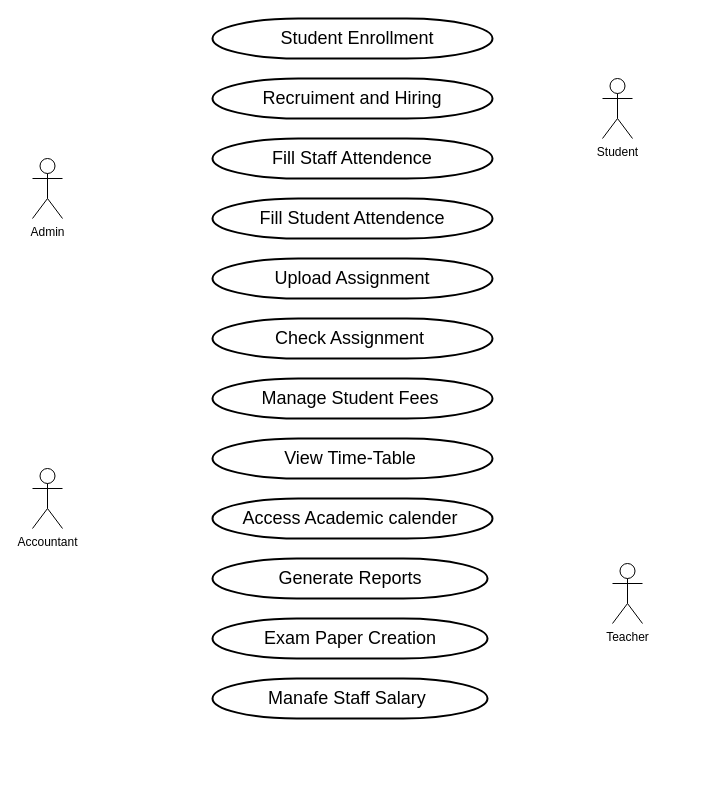
Yagna-gajjar/software-engineering-diagrams keeps this draw.io diagram as Use case diagram.drawio. Above is the earlier version. Source tidied: cells renumbered, new cells numbered last; positions are measured from the earlier drawing's top-left corner, leaving out a move shared by most shapes. Both pictures are drawn from the tidied source at 100%, with x=0, y=0 at pixel (32, 18).
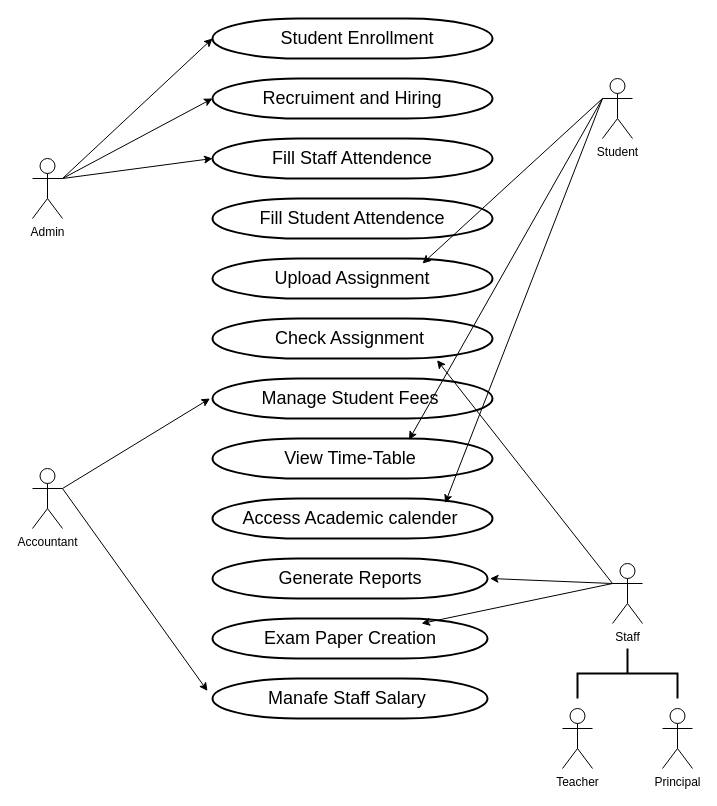
The same page after the edit.

Unchanged cells that the change refers to:
```xml
<mxCell id="2" style="strokeWidth=2;html=1;shape=mxgraph.flowchart.terminator;whiteSpace=wrap;" parent="1" vertex="1">
  <mxGeometry x="180" width="280" height="40" as="geometry" />
</mxCell>
<mxCell id="9" style="strokeWidth=2;html=1;shape=mxgraph.flowchart.terminator;whiteSpace=wrap;" parent="1" vertex="1">
  <mxGeometry x="180" y="300" width="280" height="40" as="geometry" />
</mxCell>
<mxCell id="15" value="&lt;font style=&quot;font-size: 18px;&quot;&gt;Generate Reports&lt;/font&gt;" style="text;strokeColor=none;align=center;fillColor=none;html=1;verticalAlign=middle;whiteSpace=wrap;rounded=0;" parent="1" vertex="1">
  <mxGeometry x="177.5" y="545" width="280" height="30" as="geometry" />
</mxCell>
<mxCell id="16" value="&lt;font style=&quot;font-size: 18px;&quot;&gt;Access Academic calender&lt;/font&gt;" style="text;strokeColor=none;align=center;fillColor=none;html=1;verticalAlign=middle;whiteSpace=wrap;rounded=0;" parent="1" vertex="1">
  <mxGeometry x="177.5" y="485" width="280" height="30" as="geometry" />
</mxCell>
<mxCell id="17" value="&lt;font style=&quot;font-size: 18px;&quot;&gt;View Time-Table&lt;/font&gt;" style="text;strokeColor=none;align=center;fillColor=none;html=1;verticalAlign=middle;whiteSpace=wrap;rounded=0;" parent="1" vertex="1">
  <mxGeometry x="177.5" y="425" width="280" height="30" as="geometry" />
</mxCell>
<mxCell id="18" value="&lt;font style=&quot;font-size: 18px;&quot;&gt;Manage Student Fees&lt;/font&gt;" style="text;strokeColor=none;align=center;fillColor=none;html=1;verticalAlign=middle;whiteSpace=wrap;rounded=0;" parent="1" vertex="1">
  <mxGeometry x="177.5" y="365" width="280" height="30" as="geometry" />
</mxCell>
<mxCell id="20" value="&lt;font style=&quot;font-size: 18px;&quot;&gt;Upload Assignment&lt;/font&gt;" style="text;strokeColor=none;align=center;fillColor=none;html=1;verticalAlign=middle;whiteSpace=wrap;rounded=0;" parent="1" vertex="1">
  <mxGeometry x="180" y="245" width="280" height="30" as="geometry" />
</mxCell>
<mxCell id="22" value="&lt;span style=&quot;font-size: 18px;&quot;&gt;Fill Staff Attendence&lt;/span&gt;" style="text;strokeColor=none;align=center;fillColor=none;html=1;verticalAlign=middle;whiteSpace=wrap;rounded=0;" parent="1" vertex="1">
  <mxGeometry x="180" y="125" width="280" height="30" as="geometry" />
</mxCell>
<mxCell id="23" value="&lt;font style=&quot;font-size: 18px;&quot;&gt;Recruiment and Hiring&lt;/font&gt;" style="text;strokeColor=none;align=center;fillColor=none;html=1;verticalAlign=middle;whiteSpace=wrap;rounded=0;" parent="1" vertex="1">
  <mxGeometry x="180" y="65" width="280" height="30" as="geometry" />
</mxCell>
<mxCell id="24" value="&lt;font style=&quot;font-size: 18px;&quot;&gt;Manafe Staff Salary&lt;/font&gt;" style="text;strokeColor=none;align=center;fillColor=none;html=1;verticalAlign=middle;whiteSpace=wrap;rounded=0;" parent="1" vertex="1">
  <mxGeometry x="175" y="665" width="280" height="30" as="geometry" />
</mxCell>
<mxCell id="25" value="&lt;font style=&quot;font-size: 18px;&quot;&gt;Exam Paper Creation&lt;/font&gt;" style="text;strokeColor=none;align=center;fillColor=none;html=1;verticalAlign=middle;whiteSpace=wrap;rounded=0;" parent="1" vertex="1">
  <mxGeometry x="177.5" y="605" width="280" height="30" as="geometry" />
</mxCell>
<mxCell id="26" value="Admin" style="shape=umlActor;verticalLabelPosition=bottom;verticalAlign=top;html=1;outlineConnect=0;" parent="1" vertex="1">
  <mxGeometry y="140" width="30" height="60" as="geometry" />
</mxCell>
<mxCell id="27" value="Accountant" style="shape=umlActor;verticalLabelPosition=bottom;verticalAlign=top;html=1;outlineConnect=0;" parent="1" vertex="1">
  <mxGeometry y="450" width="30" height="60" as="geometry" />
</mxCell>
<mxCell id="28" value="Student" style="shape=umlActor;verticalLabelPosition=bottom;verticalAlign=top;html=1;outlineConnect=0;" parent="1" vertex="1">
  <mxGeometry x="570" y="60" width="30" height="60" as="geometry" />
</mxCell>
```

Change to the diagram source:
```diff
@@
-    <mxCell id="29" value="Teacher" style="shape=umlActor;verticalLabelPosition=bottom;verticalAlign=top;html=1;outlineConnect=0;" parent="1" vertex="1">
+    <mxCell id="29" value="Staff" style="shape=umlActor;verticalLabelPosition=bottom;verticalAlign=top;html=1;outlineConnect=0;" parent="1" vertex="1">
       <mxGeometry x="580" y="545" width="30" height="60" as="geometry" />
     </mxCell>
+    <mxCell id="30" style="edgeStyle=none;jettySize=auto;html=1;rounded=0;exitX=1;exitY=0.3333333333333333;exitDx=0;exitDy=0;exitPerimeter=0;entryX=0;entryY=0.5;entryDx=0;entryDy=0;entryPerimeter=0;" parent="1" edge="1" source="26" target="2">
+      <mxGeometry relative="1" as="geometry" />
+    </mxCell>
+    <mxCell id="31" style="edgeStyle=none;jettySize=auto;html=1;rounded=0;entryX=0;entryY=0.5;entryDx=0;entryDy=0;" parent="1" edge="1" target="23">
+      <mxGeometry relative="1" as="geometry">
+        <mxPoint x="30" y="160" as="sourcePoint" />
+      </mxGeometry>
+    </mxCell>
+    <mxCell id="32" style="edgeStyle=none;jettySize=auto;html=1;rounded=0;exitX=1;exitY=0.3333333333333333;exitDx=0;exitDy=0;exitPerimeter=0;entryX=0;entryY=0.5;entryDx=0;entryDy=0;" parent="1" edge="1" source="26" target="22">
+      <mxGeometry relative="1" as="geometry" />
+    </mxCell>
+    <mxCell id="33" style="edgeStyle=none;jettySize=auto;html=1;rounded=0;exitX=1;exitY=0.3333333333333333;exitDx=0;exitDy=0;exitPerimeter=0;entryX=0;entryY=0.5;entryDx=0;entryDy=0;" parent="1" edge="1" source="27" target="18">
+      <mxGeometry relative="1" as="geometry" />
+    </mxCell>
+    <mxCell id="34" style="edgeStyle=none;jettySize=auto;html=1;rounded=0;entryX=0;entryY=0.25;entryDx=0;entryDy=0;exitX=1;exitY=0.3333333333333333;exitDx=0;exitDy=0;exitPerimeter=0;" parent="1" edge="1" source="27" target="24">
+      <mxGeometry relative="1" as="geometry" />
+    </mxCell>
+    <mxCell id="35" style="edgeStyle=none;jettySize=auto;html=1;rounded=0;exitX=0;exitY=0.3333333333333333;exitDx=0;exitDy=0;exitPerimeter=0;entryX=0.75;entryY=0;entryDx=0;entryDy=0;" parent="1" edge="1" source="28" target="20">
+      <mxGeometry relative="1" as="geometry" />
+    </mxCell>
+    <mxCell id="36" style="edgeStyle=none;jettySize=auto;html=1;rounded=0;entryX=0.711;entryY=-0.127;entryDx=0;entryDy=0;entryPerimeter=0;" parent="1" edge="1" target="17">
+      <mxGeometry relative="1" as="geometry">
+        <mxPoint x="570" y="80" as="sourcePoint" />
+      </mxGeometry>
+    </mxCell>
+    <mxCell id="37" style="strokeWidth=2;html=1;shape=mxgraph.flowchart.annotation_2;align=left;labelPosition=right;rotation=90;" parent="1" vertex="1">
+      <mxGeometry x="570" y="605" width="50" height="100" as="geometry" />
+    </mxCell>
+    <mxCell id="38" value="Principal" style="shape=umlActor;verticalLabelPosition=bottom;verticalAlign=top;html=1;" parent="1" vertex="1">
+      <mxGeometry x="630" y="690" width="30" height="60" as="geometry" />
+    </mxCell>
+    <mxCell id="39" value="Teacher" style="shape=umlActor;verticalLabelPosition=bottom;verticalAlign=top;html=1;" parent="1" vertex="1">
+      <mxGeometry x="530" y="690" width="30" height="60" as="geometry" />
+    </mxCell>
+    <mxCell id="40" style="edgeStyle=none;jettySize=auto;html=1;rounded=0;entryX=0.84;entryY=-0.016;entryDx=0;entryDy=0;entryPerimeter=0;exitX=0;exitY=0.3333333333333333;exitDx=0;exitDy=0;exitPerimeter=0;" parent="1" edge="1" source="28" target="16">
+      <mxGeometry relative="1" as="geometry" />
+    </mxCell>
+    <mxCell id="41" style="edgeStyle=none;jettySize=auto;html=1;rounded=0;entryX=1;entryY=0.5;entryDx=0;entryDy=0;exitX=0;exitY=0.3333333333333333;exitDx=0;exitDy=0;exitPerimeter=0;" parent="1" edge="1" source="29" target="15">
+      <mxGeometry relative="1" as="geometry" />
+    </mxCell>
+    <mxCell id="42" style="edgeStyle=none;jettySize=auto;html=1;rounded=0;exitX=0;exitY=0.3333333333333333;exitDx=0;exitDy=0;exitPerimeter=0;" parent="1" edge="1" source="29" target="25">
+      <mxGeometry relative="1" as="geometry" />
+    </mxCell>
+    <mxCell id="43" style="edgeStyle=none;jettySize=auto;html=1;rounded=0;exitX=0;exitY=0.3333333333333333;exitDx=0;exitDy=0;exitPerimeter=0;entryX=0.802;entryY=1.042;entryDx=0;entryDy=0;entryPerimeter=0;" parent="1" edge="1" source="29" target="9">
+      <mxGeometry relative="1" as="geometry" />
+    </mxCell>
```
